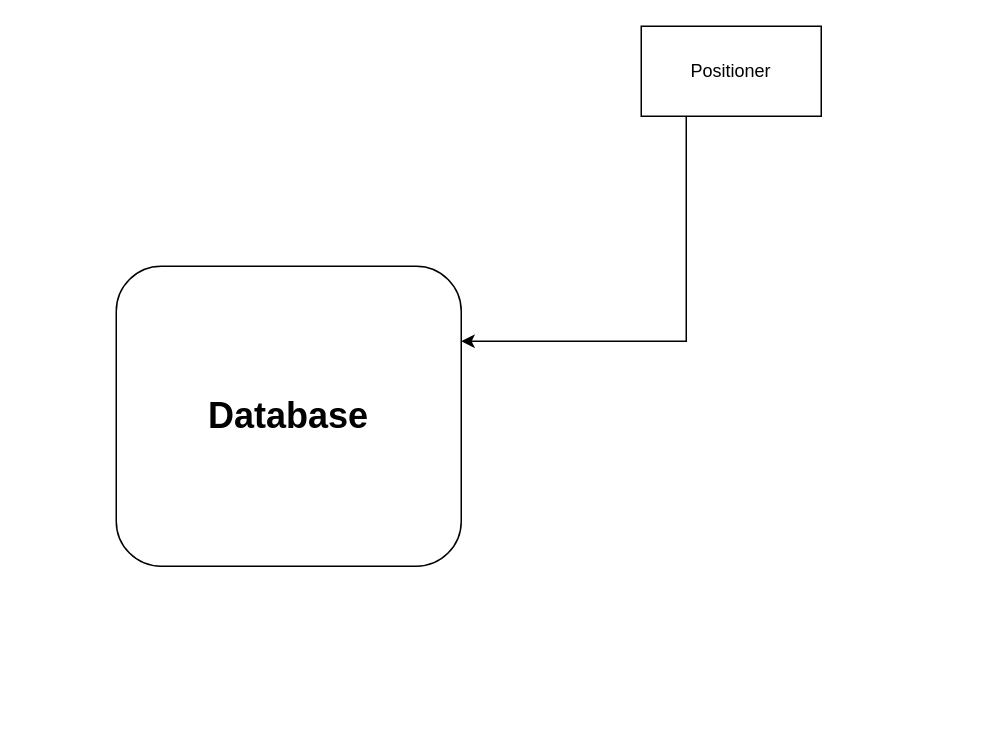
This is Level 0 Data Flow Diagram Database Subsystem.drawio from raleighcarsone/Ground-Station, a draw.io file, before an edit. Source tidied: cells renumbered, new cells numbered last; positions are measured from the earlier drawing's top-left corner, leaving out a move shared by most shapes. Both pictures are drawn from the tidied source at 150%, with x=0, y=0 at pixel (116, 26).
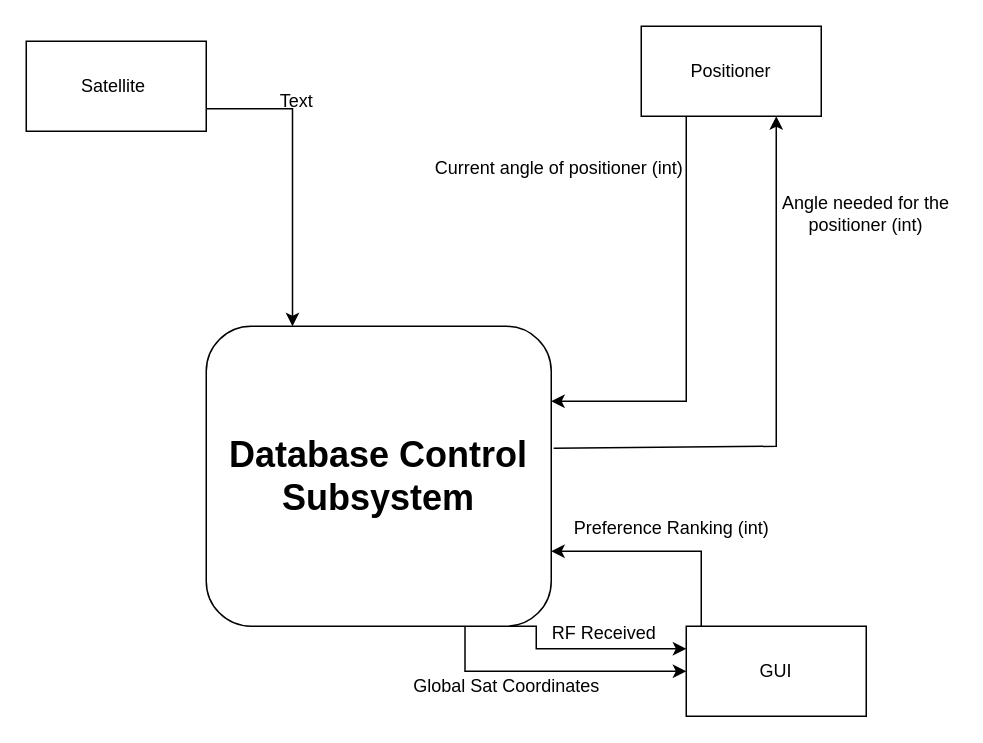
The same diagram, later.

Unchanged cells that the change refers to:
```xml
<mxCell id="4" value="Positioner" style="rounded=0;whiteSpace=wrap;html=1;" parent="1" vertex="1">
  <mxGeometry x="350" width="120" height="60" as="geometry" />
</mxCell>
```

Change to the diagram source:
```diff
@@
+    <mxCell id="5" style="edgeStyle=orthogonalEdgeStyle;rounded=0;jettySize=auto;html=1;exitX=0.75;exitY=1;exitDx=0;exitDy=0;entryX=0;entryY=0.5;entryDx=0;entryDy=0;" parent="1" edge="1" source="2" target="11">
+      <mxGeometry relative="1" as="geometry" />
+    </mxCell>
+    <mxCell id="6" style="edgeStyle=orthogonalEdgeStyle;rounded=0;jettySize=auto;html=1;exitX=0.5;exitY=1;exitDx=0;exitDy=0;entryX=0;entryY=0.25;entryDx=0;entryDy=0;" parent="1" edge="1" source="2" target="11">
+      <mxGeometry relative="1" as="geometry">
+        <Array as="points">
+          <mxPoint x="280" y="400" />
+          <mxPoint x="280" y="415" />
+        </Array>
+      </mxGeometry>
+    </mxCell>
-    <mxCell id="2" value="&lt;h1&gt;Database&lt;/h1&gt;" style="rounded=1;whiteSpace=wrap;html=1;" parent="1" vertex="1">
-      <mxGeometry y="160" width="230" height="200" as="geometry" />
+    <mxCell id="2" value="&lt;h1&gt;Database Control Subsystem&lt;/h1&gt;" style="rounded=1;whiteSpace=wrap;html=1;" parent="1" vertex="1">
+      <mxGeometry x="60" y="200" width="230" height="200" as="geometry" />
     </mxCell>
@@
+    <mxCell id="7" value="Current angle of positioner (int)" style="text;html=1;align=center;verticalAlign=middle;strokeColor=none;fillColor=none;" parent="1" vertex="1">
+      <mxGeometry x="200" y="80" width="190" height="30" as="geometry" />
+    </mxCell>
+    <mxCell id="8" style="endArrow=classic;html=1;rounded=0;exitX=1.007;exitY=0.407;exitDx=0;exitDy=0;exitPerimeter=0;entryX=0.75;entryY=1;entryDx=0;entryDy=0;" parent="1" edge="1" source="2" target="4">
+      <mxGeometry relative="1" as="geometry">
+        <Array as="points">
+          <mxPoint x="440" y="280" />
+        </Array>
+      </mxGeometry>
+    </mxCell>
+    <mxCell id="9" value="Angle needed for the positioner (int)" style="text;html=1;strokeColor=none;fillColor=none;align=center;verticalAlign=middle;whiteSpace=wrap;rounded=0;" parent="1" vertex="1">
+      <mxGeometry x="440" y="110" width="120" height="30" as="geometry" />
+    </mxCell>
+    <mxCell id="10" style="edgeStyle=orthogonalEdgeStyle;rounded=0;jettySize=auto;html=1;exitX=0;exitY=0.25;exitDx=0;exitDy=0;entryX=1;entryY=0.75;entryDx=0;entryDy=0;" parent="1" edge="1" source="11" target="2">
+      <mxGeometry relative="1" as="geometry">
+        <Array as="points">
+          <mxPoint x="390" y="350" />
+        </Array>
+      </mxGeometry>
+    </mxCell>
+    <mxCell id="11" value="GUI" style="rounded=0;whiteSpace=wrap;html=1;" parent="1" vertex="1">
+      <mxGeometry x="380" y="400" width="120" height="60" as="geometry" />
+    </mxCell>
+    <mxCell id="12" value="Preference Ranking (int)" style="text;html=1;align=center;verticalAlign=middle;strokeColor=none;fillColor=none;" parent="1" vertex="1">
+      <mxGeometry x="295" y="320" width="150" height="30" as="geometry" />
+    </mxCell>
+    <mxCell id="13" value="Global Sat Coordinates" style="text;html=1;align=center;verticalAlign=middle;strokeColor=none;fillColor=none;" parent="1" vertex="1">
+      <mxGeometry x="185" y="425" width="150" height="30" as="geometry" />
+    </mxCell>
+    <mxCell id="14" value="RF Received&lt;br&gt;" style="text;html=1;align=center;verticalAlign=middle;strokeColor=none;fillColor=none;" parent="1" vertex="1">
+      <mxGeometry x="280" y="390" width="90" height="30" as="geometry" />
+    </mxCell>
+    <mxCell id="15" style="edgeStyle=orthogonalEdgeStyle;rounded=0;jettySize=auto;html=1;exitX=1;exitY=0.75;exitDx=0;exitDy=0;entryX=0.25;entryY=0;entryDx=0;entryDy=0;" parent="1" edge="1" source="16" target="2">
+      <mxGeometry relative="1" as="geometry" />
+    </mxCell>
+    <mxCell id="16" value="Satellite&amp;nbsp;" style="rounded=0;whiteSpace=wrap;html=1;" parent="1" vertex="1">
+      <mxGeometry x="-60" y="10" width="120" height="60" as="geometry" />
+    </mxCell>
+    <mxCell id="17" value="Text" style="text;html=1;align=center;verticalAlign=middle;strokeColor=none;fillColor=none;" parent="1" vertex="1">
+      <mxGeometry x="100" y="40" width="40" height="20" as="geometry" />
+    </mxCell>
```
